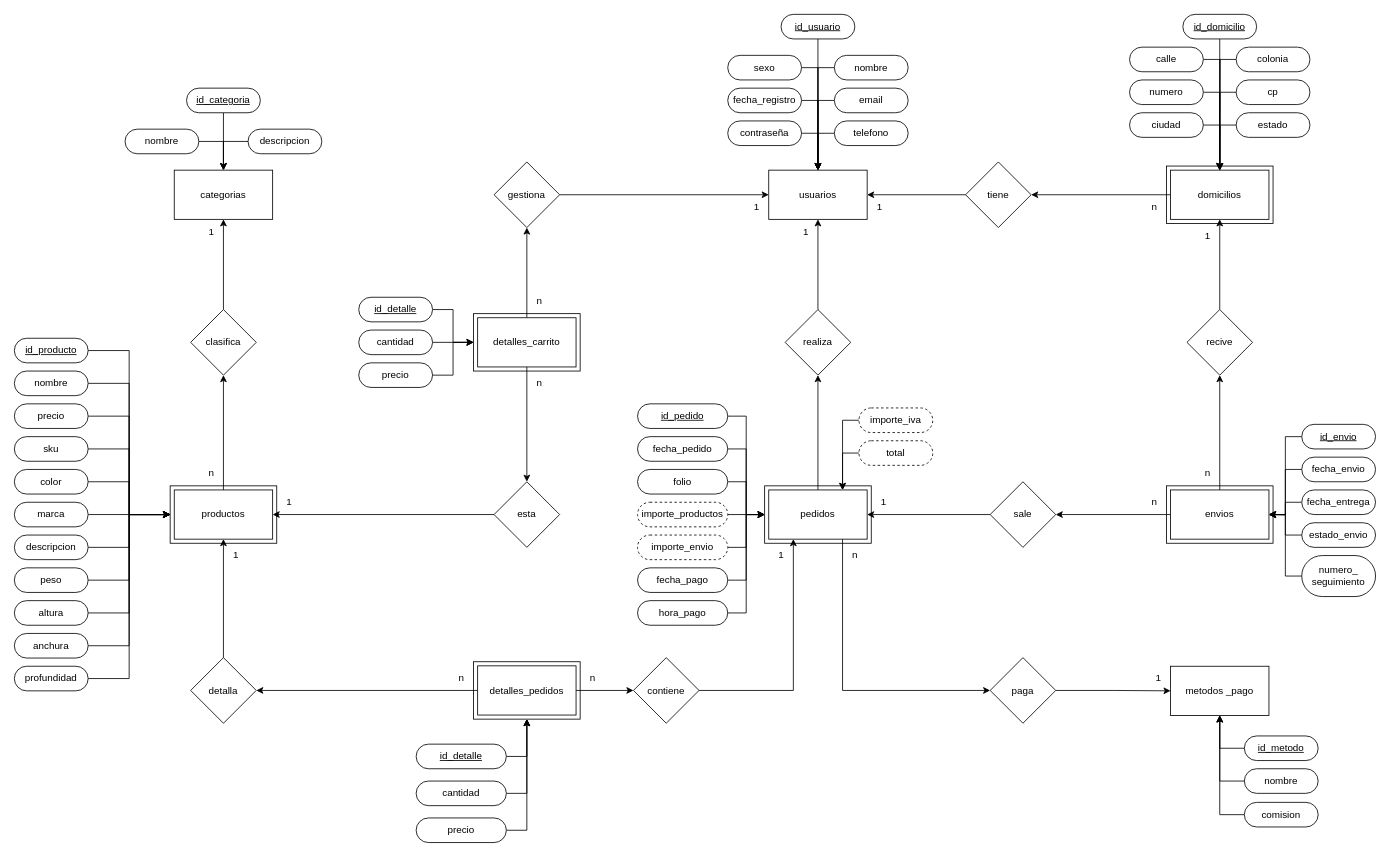
The draw.io diagram models/modelo ER.drawio in diegojes22/db-silver-e, before the edit. Source tidied: cells renumbered, new cells numbered last; positions are measured from the earlier drawing's top-left corner, leaving out a move shared by most shapes. Both pictures are drawn from the tidied source at 82%, with x=0, y=0 at pixel (14, 14).
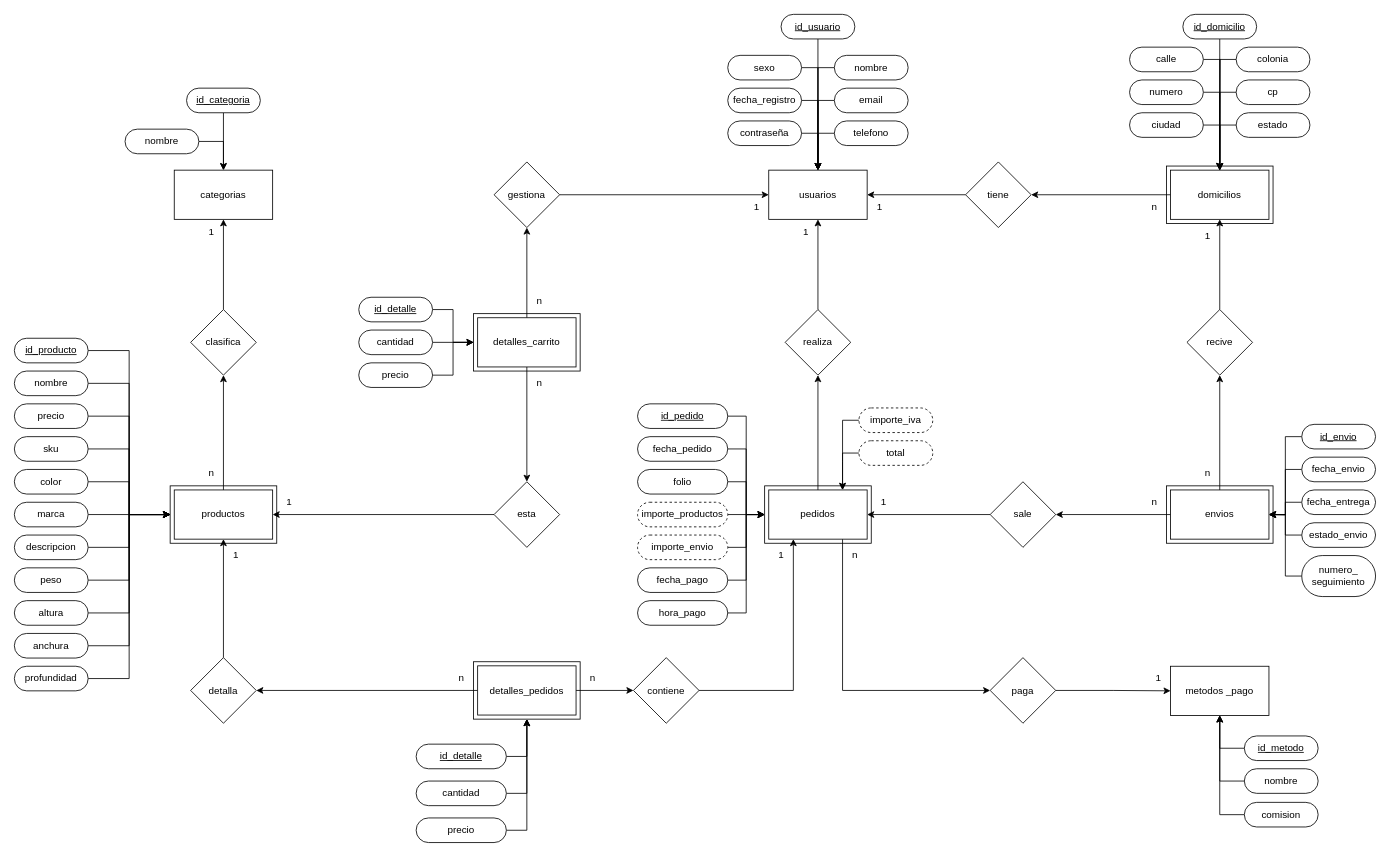
After the change.

The change refers to these unchanged cells:
```xml
<mxCell id="8" value="categorias" style="rounded=0;whiteSpace=wrap;html=1;" parent="1" vertex="1">
  <mxGeometry x="195" y="190" width="120" height="60" as="geometry" />
</mxCell>
```

Change to the diagram source:
```diff
@@
-    <mxCell id="114" style="edgeStyle=orthogonalEdgeStyle;rounded=0;jettySize=auto;html=1;exitX=0;exitY=0.5;exitDx=0;exitDy=0;" parent="1" edge="1" source="115" target="8">
-      <mxGeometry relative="1" as="geometry" />
-    </mxCell>
-    <mxCell id="115" value="descripcion" style="rounded=1;whiteSpace=wrap;html=1;arcSize=50;" parent="1" vertex="1">
-      <mxGeometry x="285" y="140" width="90" height="30" as="geometry" />
-    </mxCell>
```
